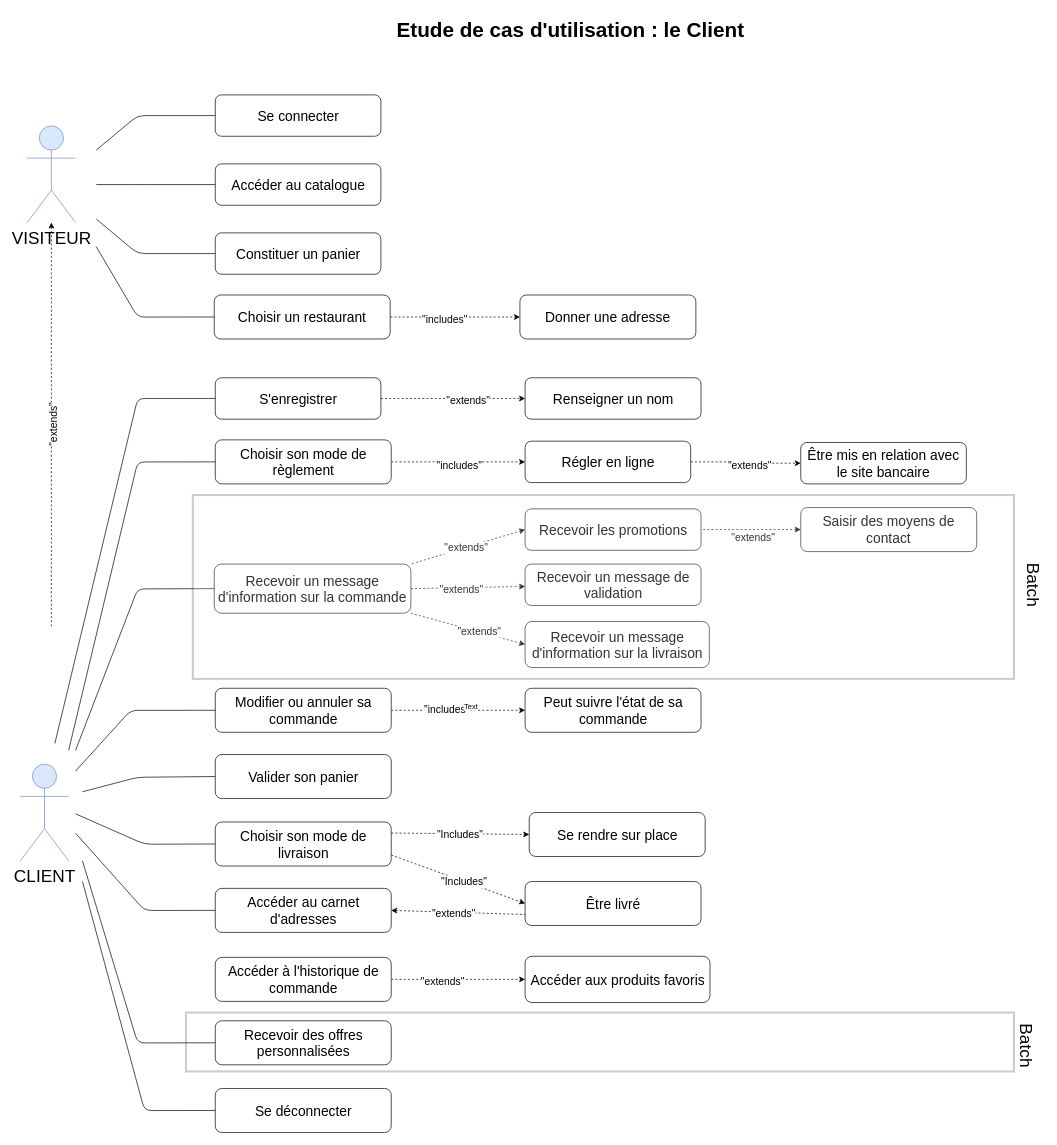
Earlier version of the draw.io diagram 1.drawio (OMorlotti/P4-analyser-les-besoin-de-mon-client-pour-son-groupe-de-pizzerias). Source tidied: cells renumbered, new cells numbered last; positions are measured from the earlier drawing's top-left corner, leaving out a move shared by most shapes. Both pictures are drawn from the tidied source at 69%, with x=0, y=0 at pixel (20, 12).
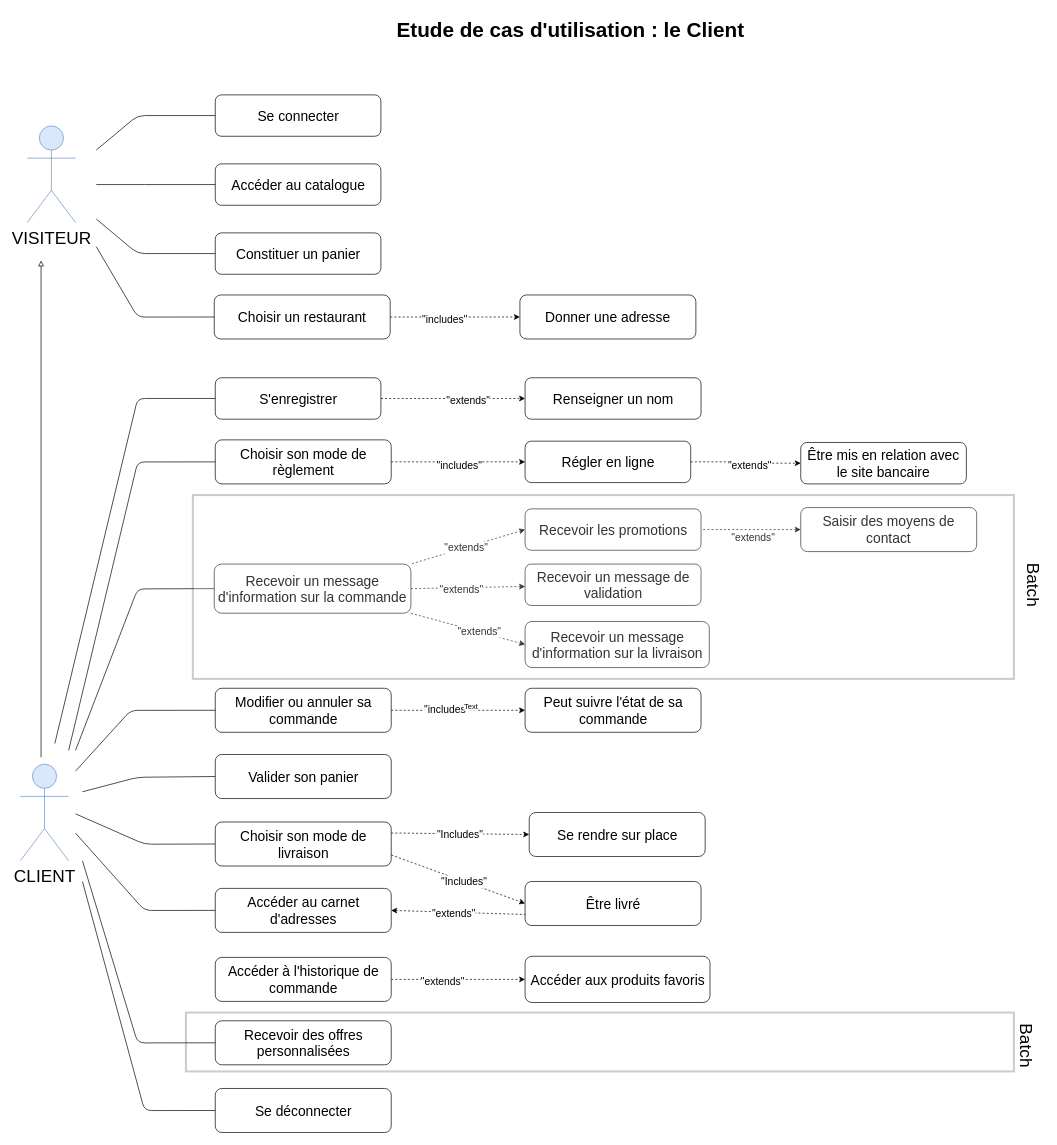
The same page after the edit.

Unchanged cells that the change refers to:
```xml
<mxCell id="14" value="&lt;span style=&quot;font-size: 25px&quot;&gt;VISITEUR&lt;/span&gt;" style="shape=umlActor;verticalLabelPosition=bottom;labelBackgroundColor=#ffffff;verticalAlign=top;html=1;outlineConnect=0;fillColor=#dae8fc;strokeColor=#6c8ebf;" parent="1" vertex="1">
  <mxGeometry x="10" y="165" width="70" height="140" as="geometry" />
</mxCell>
```

Change to the diagram source:
```diff
@@
-    <mxCell id="15" style="endArrow=none;html=1;dashed=1;startArrow=classic;startFill=1;endFill=0;" parent="1" edge="1" source="14">
+    <mxCell id="15" style="endArrow=none;html=1;startArrow=block;startFill=0;endFill=0;" parent="1" edge="1">
       <mxGeometry relative="1" as="geometry">
-        <mxPoint x="45" y="890" as="targetPoint" />
+        <mxPoint x="30" y="360" as="sourcePoint" />
+        <mxPoint x="30" y="1080" as="targetPoint" />
       </mxGeometry>
     </mxCell>
-    <mxCell id="16" value="&lt;font style=&quot;font-size: 15px&quot;&gt;&quot;extends&quot;&lt;/font&gt;" style="edgeLabel;html=1;align=center;verticalAlign=middle;rotation=-90;" parent="15" vertex="1">
-      <mxGeometry x="0.01" y="1" relative="1" as="geometry">
-        <mxPoint y="-1" as="offset" />
-      </mxGeometry>
-    </mxCell>
```
